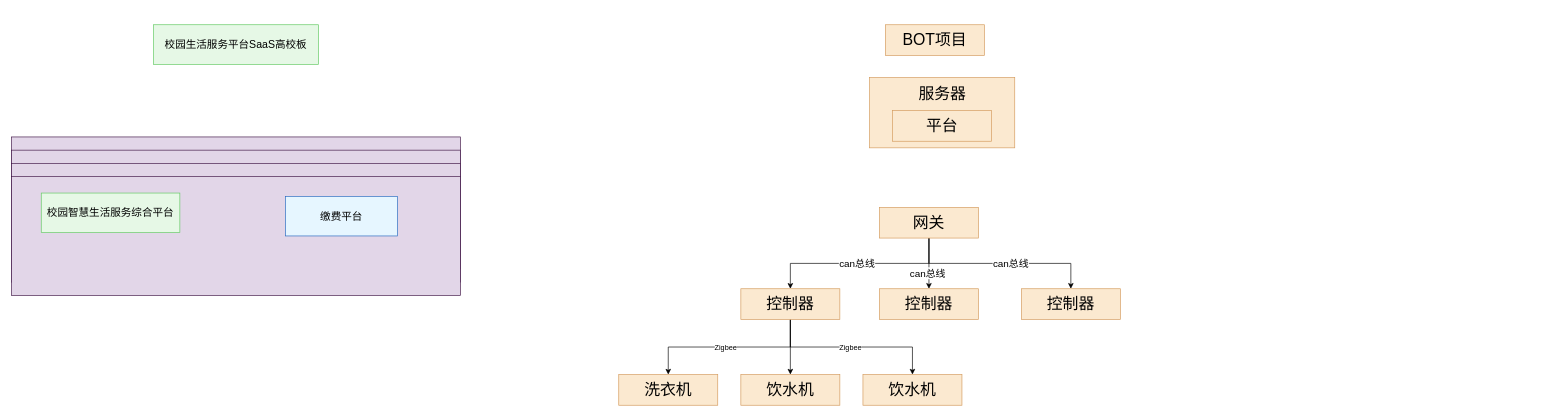
Earlier version of the draw.io diagram SaaS平台架构图.drawio (bzerozero7/test). Source tidied: cells renumbered, new cells numbered last; positions are measured from the earlier drawing's top-left corner, leaving out a move shared by most shapes. Both pictures are drawn from the tidied source at 66%, with x=0, y=0 at pixel (11, 24).
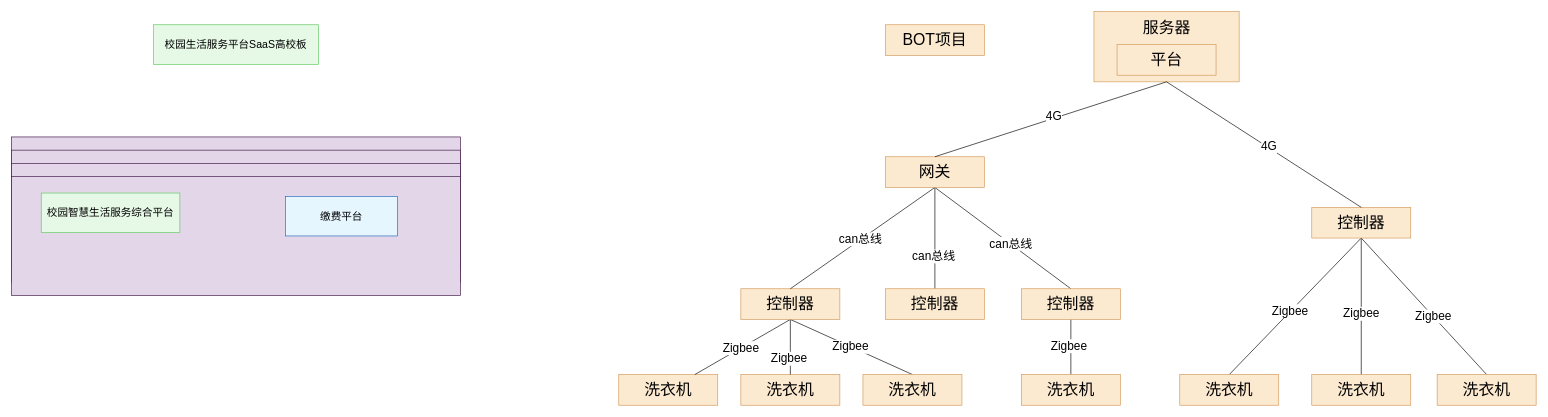
Above is the later version.

Commit message:
更新SaaS平台架构图.drawio

The change refers to these unchanged cells:
```xml
<mxCell id="11" value="&lt;span style=&quot;font-size: 24px;&quot;&gt;洗衣机&lt;/span&gt;" style="rounded=0;whiteSpace=wrap;html=1;fillColor=#FBE9D0;strokeColor=#D49A5C;" parent="1" vertex="1">
  <mxGeometry x="920" y="530" width="150" height="46.5" as="geometry" />
</mxCell>
<mxCell id="18" value="&lt;span style=&quot;font-size: 24px;&quot;&gt;控制器&lt;/span&gt;" style="rounded=0;whiteSpace=wrap;html=1;fillColor=#FBE9D0;strokeColor=#D49A5C;" parent="1" vertex="1">
  <mxGeometry x="1105" y="400" width="150" height="46.5" as="geometry" />
</mxCell>
```

The edit, as a diff of the source:
```diff
@@
-    <mxCell id="2" style="rounded=0;whiteSpace=wrap;html=1;fillColor=#FBE9D0;strokeColor=#D49A5C;" parent="1" vertex="1">
-      <mxGeometry x="1300" y="80" width="220" height="106.5" as="geometry" />
-    </mxCell>
@@
-    <mxCell id="12" value="&lt;span style=&quot;font-size: 24px;&quot;&gt;饮水机&lt;/span&gt;" style="rounded=0;whiteSpace=wrap;html=1;fillColor=#FBE9D0;strokeColor=#D49A5C;" parent="1" vertex="1">
+    <mxCell id="12" value="&lt;span style=&quot;font-size: 24px;&quot;&gt;洗衣机&lt;/span&gt;" style="rounded=0;whiteSpace=wrap;html=1;fillColor=#FBE9D0;strokeColor=#D49A5C;" parent="1" vertex="1">
       <mxGeometry x="1105" y="530" width="150" height="46.5" as="geometry" />
     </mxCell>
-    <mxCell id="13" style="edgeStyle=orthogonalEdgeStyle;rounded=0;jettySize=auto;html=1;exitX=0.5;exitY=1;exitDx=0;exitDy=0;" parent="1" edge="1" source="18" target="11">
+    <mxCell id="13" style="rounded=0;jettySize=auto;html=1;exitX=0.5;exitY=1;exitDx=0;exitDy=0;endArrow=none;endFill=0;" parent="1" edge="1" source="18" target="11">
       <mxGeometry relative="1" as="geometry" />
     </mxCell>
-    <mxCell id="14" value="Zigbee" style="edgeLabel;html=1;align=center;verticalAlign=middle;" parent="13" vertex="1">
+    <mxCell id="14" value="&lt;font&gt;Zigbee&lt;/font&gt;" style="edgeLabel;html=1;align=center;verticalAlign=middle;fontSize=18;" parent="13" vertex="1">
       <mxGeometry x="0.04" relative="1" as="geometry" />
     </mxCell>
-    <mxCell id="15" style="edgeStyle=orthogonalEdgeStyle;rounded=0;jettySize=auto;html=1;exitX=0.5;exitY=1;exitDx=0;exitDy=0;entryX=0.5;entryY=0;entryDx=0;entryDy=0;" parent="1" edge="1" source="18" target="12">
+    <mxCell id="15" style="rounded=0;jettySize=auto;html=1;exitX=0.5;exitY=1;exitDx=0;exitDy=0;entryX=0.5;entryY=0;entryDx=0;entryDy=0;endArrow=none;endFill=0;" parent="1" edge="1" source="18" target="12">
       <mxGeometry relative="1" as="geometry" />
     </mxCell>
+    <mxCell id="31" value="&lt;font&gt;Zigbee&lt;/font&gt;" style="edgeLabel;html=1;align=center;verticalAlign=middle;fontSize=18;" parent="15" vertex="1">
+      <mxGeometry x="0.41" y="-3" relative="1" as="geometry" />
+    </mxCell>
-    <mxCell id="16" style="edgeStyle=orthogonalEdgeStyle;rounded=0;jettySize=auto;html=1;exitX=0.5;exitY=1;exitDx=0;exitDy=0;entryX=0.5;entryY=0;entryDx=0;entryDy=0;" parent="1" edge="1" source="18" target="30">
+    <mxCell id="16" style="rounded=0;jettySize=auto;html=1;exitX=0.5;exitY=1;exitDx=0;exitDy=0;entryX=0.5;entryY=0;entryDx=0;entryDy=0;endArrow=none;endFill=0;" parent="1" edge="1" source="18" target="30">
       <mxGeometry relative="1" as="geometry" />
     </mxCell>
-    <mxCell id="17" value="Zigbee" style="edgeLabel;html=1;align=center;verticalAlign=middle;" parent="16" vertex="1">
+    <mxCell id="17" value="&lt;font&gt;Zigbee&lt;/font&gt;" style="edgeLabel;html=1;align=center;verticalAlign=middle;fontSize=18;" parent="16" vertex="1">
       <mxGeometry x="-0.02" relative="1" as="geometry" />
     </mxCell>
@@
-    <mxCell id="19" style="edgeStyle=orthogonalEdgeStyle;rounded=0;jettySize=auto;html=1;exitX=0.5;exitY=1;exitDx=0;exitDy=0;entryX=0.5;entryY=0;entryDx=0;entryDy=0;" parent="1" edge="1" source="25" target="18">
+    <mxCell id="19" style="rounded=0;jettySize=auto;html=1;exitX=0.5;exitY=1;exitDx=0;exitDy=0;entryX=0.5;entryY=0;entryDx=0;entryDy=0;endArrow=none;endFill=0;" parent="1" edge="1" source="25" target="18">
       <mxGeometry relative="1" as="geometry" />
     </mxCell>
-    <mxCell id="20" value="can总线" style="edgeLabel;html=1;align=center;verticalAlign=middle;fontSize=15;" parent="19" vertex="1">
+    <mxCell id="20" value="can总线" style="edgeLabel;html=1;align=center;verticalAlign=middle;fontSize=18;" parent="19" vertex="1">
       <mxGeometry x="0.03" y="-1" relative="1" as="geometry" />
     </mxCell>
-    <mxCell id="21" style="edgeStyle=orthogonalEdgeStyle;rounded=0;jettySize=auto;html=1;exitX=0.5;exitY=1;exitDx=0;exitDy=0;entryX=0.5;entryY=0;entryDx=0;entryDy=0;" parent="1" edge="1" source="25" target="28">
+    <mxCell id="21" style="rounded=0;jettySize=auto;html=1;exitX=0.5;exitY=1;exitDx=0;exitDy=0;entryX=0.5;entryY=0;entryDx=0;entryDy=0;endArrow=none;endFill=0;" parent="1" edge="1" source="25" target="28">
       <mxGeometry relative="1" as="geometry" />
     </mxCell>
-    <mxCell id="22" value="&lt;font style=&quot;font-size: 15px;&quot;&gt;can总线&lt;/font&gt;" style="edgeLabel;html=1;align=center;verticalAlign=middle;" parent="21" vertex="1">
+    <mxCell id="22" value="&lt;font&gt;can总线&lt;/font&gt;" style="edgeLabel;html=1;align=center;verticalAlign=middle;fontSize=18;" parent="21" vertex="1">
       <mxGeometry x="0.36" y="-3" relative="1" as="geometry" />
     </mxCell>
-    <mxCell id="23" style="edgeStyle=orthogonalEdgeStyle;rounded=0;jettySize=auto;html=1;exitX=0.5;exitY=1;exitDx=0;exitDy=0;entryX=0.5;entryY=0;entryDx=0;entryDy=0;" parent="1" edge="1" source="25" target="29">
+    <mxCell id="23" style="rounded=0;jettySize=auto;html=1;exitX=0.5;exitY=1;exitDx=0;exitDy=0;entryX=0.5;entryY=0;entryDx=0;entryDy=0;endArrow=none;endFill=0;" parent="1" edge="1" source="25" target="29">
       <mxGeometry relative="1" as="geometry" />
     </mxCell>
-    <mxCell id="24" value="&lt;font style=&quot;font-size: 15px;&quot;&gt;can总线&lt;/font&gt;" style="edgeLabel;html=1;align=center;verticalAlign=middle;" parent="23" vertex="1">
+    <mxCell id="24" value="&lt;font&gt;can总线&lt;/font&gt;" style="edgeLabel;html=1;align=center;verticalAlign=middle;fontSize=18;" parent="23" vertex="1">
       <mxGeometry x="0.11" relative="1" as="geometry" />
     </mxCell>
     <mxCell id="25" value="&lt;span style=&quot;font-size: 24px;&quot;&gt;网关&lt;/span&gt;" style="rounded=0;whiteSpace=wrap;html=1;fillColor=#FBE9D0;strokeColor=#D49A5C;" parent="1" vertex="1">
-      <mxGeometry x="1315" y="276.7" width="150" height="46.5" as="geometry" />
+      <mxGeometry x="1324" y="200" width="150" height="46.5" as="geometry" />
     </mxCell>
+    <mxCell id="28" value="&lt;span style=&quot;font-size: 24px;&quot;&gt;控制器&lt;/span&gt;" style="rounded=0;whiteSpace=wrap;html=1;fillColor=#FBE9D0;strokeColor=#D49A5C;" parent="1" vertex="1">
+      <mxGeometry x="1324" y="400" width="150" height="46.5" as="geometry" />
+    </mxCell>
+    <mxCell id="32" style="rounded=0;jettySize=auto;html=1;exitX=0.5;exitY=1;exitDx=0;exitDy=0;entryX=0.5;entryY=0;entryDx=0;entryDy=0;endArrow=none;endFill=0;" parent="1" edge="1" source="29" target="34">
+      <mxGeometry relative="1" as="geometry" />
+    </mxCell>
+    <mxCell id="33" value="&lt;font&gt;Zigbee&lt;/font&gt;" style="edgeLabel;html=1;align=center;verticalAlign=middle;fontSize=18;" parent="32" vertex="1">
+      <mxGeometry x="-0.05" y="-4" relative="1" as="geometry" />
+    </mxCell>
+    <mxCell id="29" value="&lt;span style=&quot;font-size: 24px;&quot;&gt;控制器&lt;/span&gt;" style="rounded=0;whiteSpace=wrap;html=1;fillColor=#FBE9D0;strokeColor=#D49A5C;" parent="1" vertex="1">
+      <mxGeometry x="1530" y="400" width="150" height="46.5" as="geometry" />
+    </mxCell>
+    <mxCell id="30" value="&lt;span style=&quot;font-size: 24px;&quot;&gt;洗衣机&lt;/span&gt;" style="rounded=0;whiteSpace=wrap;html=1;fillColor=#FBE9D0;strokeColor=#D49A5C;" parent="1" vertex="1">
+      <mxGeometry x="1290" y="530" width="150" height="46.5" as="geometry" />
+    </mxCell>
+    <mxCell id="34" value="&lt;span style=&quot;font-size: 24px;&quot;&gt;洗衣机&lt;/span&gt;" style="rounded=0;whiteSpace=wrap;html=1;fillColor=#FBE9D0;strokeColor=#D49A5C;" parent="1" vertex="1">
+      <mxGeometry x="1530" y="530" width="150" height="46.5" as="geometry" />
+    </mxCell>
+    <mxCell id="35" style="group;" parent="1" vertex="1">
+      <mxGeometry x="1640" y="-20" width="220" height="106.5" as="geometry" />
+    </mxCell>
+    <mxCell id="2" style="rounded=0;whiteSpace=wrap;html=1;fillColor=#FBE9D0;strokeColor=#D49A5C;" parent="35" vertex="1">
+      <mxGeometry width="220" height="106.5" as="geometry" />
+    </mxCell>
-    <mxCell id="26" value="&lt;span style=&quot;font-size: 24px;&quot;&gt;平台&lt;/span&gt;" style="rounded=0;whiteSpace=wrap;html=1;fillColor=#FBE9D0;strokeColor=#D49A5C;" parent="1" vertex="1">
-      <mxGeometry x="1335" y="130" width="150" height="46.5" as="geometry" />
+    <mxCell id="26" value="&lt;span style=&quot;font-size: 24px;&quot;&gt;平台&lt;/span&gt;" style="rounded=0;whiteSpace=wrap;html=1;fillColor=#FBE9D0;strokeColor=#D49A5C;" parent="35" vertex="1">
+      <mxGeometry x="35" y="50" width="150" height="46.5" as="geometry" />
     </mxCell>
-    <mxCell id="27" value="&lt;font style=&quot;font-size: 24px;&quot;&gt;服务器&lt;/font&gt;" style="text;html=1;whiteSpace=wrap;strokeColor=none;fillColor=none;align=center;verticalAlign=middle;rounded=0;" parent="1" vertex="1">
-      <mxGeometry x="1367.5" y="90" width="85" height="30" as="geometry" />
+    <mxCell id="27" value="&lt;font style=&quot;font-size: 24px;&quot;&gt;服务器&lt;/font&gt;" style="text;html=1;whiteSpace=wrap;strokeColor=none;fillColor=none;align=center;verticalAlign=middle;rounded=0;" parent="35" vertex="1">
+      <mxGeometry x="67.5" y="10" width="85" height="30" as="geometry" />
     </mxCell>
-    <mxCell id="28" value="&lt;span style=&quot;font-size: 24px;&quot;&gt;控制器&lt;/span&gt;" style="rounded=0;whiteSpace=wrap;html=1;fillColor=#FBE9D0;strokeColor=#D49A5C;" parent="1" vertex="1">
-      <mxGeometry x="1315" y="400" width="150" height="46.5" as="geometry" />
-    </mxCell>
-    <mxCell id="29" value="&lt;span style=&quot;font-size: 24px;&quot;&gt;控制器&lt;/span&gt;" style="rounded=0;whiteSpace=wrap;html=1;fillColor=#FBE9D0;strokeColor=#D49A5C;" parent="1" vertex="1">
-      <mxGeometry x="1530" y="400" width="150" height="46.5" as="geometry" />
-    </mxCell>
-    <mxCell id="30" value="&lt;span style=&quot;font-size: 24px;&quot;&gt;饮水机&lt;/span&gt;" style="rounded=0;whiteSpace=wrap;html=1;fillColor=#FBE9D0;strokeColor=#D49A5C;" parent="1" vertex="1">
-      <mxGeometry x="1290" y="530" width="150" height="46.5" as="geometry" />
-    </mxCell>
+    <mxCell id="36" style="rounded=0;jettySize=auto;html=1;exitX=0.5;exitY=1;exitDx=0;exitDy=0;entryX=0.5;entryY=0;entryDx=0;entryDy=0;endArrow=none;endFill=0;" parent="1" edge="1" source="42" target="43">
+      <mxGeometry relative="1" as="geometry" />
+    </mxCell>
+    <mxCell id="37" value="&lt;font style=&quot;font-size: 18px;&quot;&gt;Zigbee&lt;/font&gt;" style="edgeLabel;html=1;align=center;verticalAlign=middle;" parent="36" vertex="1">
+      <mxGeometry x="0.08" y="-1" relative="1" as="geometry" />
+    </mxCell>
+    <mxCell id="38" style="rounded=0;jettySize=auto;html=1;exitX=0.5;exitY=1;exitDx=0;exitDy=0;entryX=0.5;entryY=0;entryDx=0;entryDy=0;endArrow=none;endFill=0;" parent="1" edge="1" source="42" target="44">
+      <mxGeometry relative="1" as="geometry" />
+    </mxCell>
+    <mxCell id="39" value="&lt;font style=&quot;font-size: 18px;&quot;&gt;Zigbee&lt;/font&gt;" style="edgeLabel;html=1;align=center;verticalAlign=middle;" parent="38" vertex="1">
+      <mxGeometry x="0.1" y="-1" relative="1" as="geometry" />
+    </mxCell>
+    <mxCell id="40" style="rounded=0;jettySize=auto;html=1;exitX=0.5;exitY=1;exitDx=0;exitDy=0;entryX=0.5;entryY=0;entryDx=0;entryDy=0;endArrow=none;endFill=0;" parent="1" edge="1" source="42" target="45">
+      <mxGeometry relative="1" as="geometry" />
+    </mxCell>
+    <mxCell id="41" value="&lt;font style=&quot;font-size: 18px;&quot;&gt;Zigbee&lt;/font&gt;" style="edgeLabel;html=1;align=center;verticalAlign=middle;" parent="40" vertex="1">
+      <mxGeometry x="0.15" relative="1" as="geometry" />
+    </mxCell>
+    <mxCell id="42" value="&lt;span style=&quot;font-size: 24px;&quot;&gt;控制器&lt;/span&gt;" style="rounded=0;whiteSpace=wrap;html=1;fillColor=#FBE9D0;strokeColor=#D49A5C;" parent="1" vertex="1">
+      <mxGeometry x="1970" y="276.7" width="150" height="46.5" as="geometry" />
+    </mxCell>
+    <mxCell id="43" value="&lt;span style=&quot;font-size: 24px;&quot;&gt;洗衣机&lt;/span&gt;" style="rounded=0;whiteSpace=wrap;html=1;fillColor=#FBE9D0;strokeColor=#D49A5C;" parent="1" vertex="1">
+      <mxGeometry x="1770" y="530" width="150" height="46.5" as="geometry" />
+    </mxCell>
+    <mxCell id="44" value="&lt;span style=&quot;font-size: 24px;&quot;&gt;洗衣机&lt;/span&gt;" style="rounded=0;whiteSpace=wrap;html=1;fillColor=#FBE9D0;strokeColor=#D49A5C;" parent="1" vertex="1">
+      <mxGeometry x="1970" y="530" width="150" height="46.5" as="geometry" />
+    </mxCell>
+    <mxCell id="45" value="&lt;span style=&quot;font-size: 24px;&quot;&gt;洗衣机&lt;/span&gt;" style="rounded=0;whiteSpace=wrap;html=1;fillColor=#FBE9D0;strokeColor=#D49A5C;" parent="1" vertex="1">
+      <mxGeometry x="2160" y="530" width="150" height="46.5" as="geometry" />
+    </mxCell>
+    <mxCell id="46" style="rounded=0;jettySize=auto;html=1;exitX=0.5;exitY=1;exitDx=0;exitDy=0;entryX=0.5;entryY=0;entryDx=0;entryDy=0;endArrow=none;endFill=0;" parent="1" edge="1" source="2" target="42">
+      <mxGeometry relative="1" as="geometry" />
+    </mxCell>
+    <mxCell id="47" value="&lt;font style=&quot;font-size: 18px;&quot;&gt;4G&lt;/font&gt;" style="edgeLabel;html=1;align=center;verticalAlign=middle;" parent="46" vertex="1">
+      <mxGeometry x="0.04" y="1" relative="1" as="geometry" />
+    </mxCell>
+    <mxCell id="48" style="rounded=0;jettySize=auto;html=1;exitX=0.5;exitY=1;exitDx=0;exitDy=0;entryX=0.5;entryY=0;entryDx=0;entryDy=0;endArrow=none;endFill=0;" parent="1" edge="1" source="2" target="25">
+      <mxGeometry relative="1" as="geometry" />
+    </mxCell>
+    <mxCell id="49" value="&lt;font style=&quot;font-size: 18px;&quot;&gt;4G&lt;/font&gt;" style="edgeLabel;html=1;align=center;verticalAlign=middle;" parent="48" vertex="1">
+      <mxGeometry x="-0.03" y="-3" relative="1" as="geometry" />
+    </mxCell>
```
